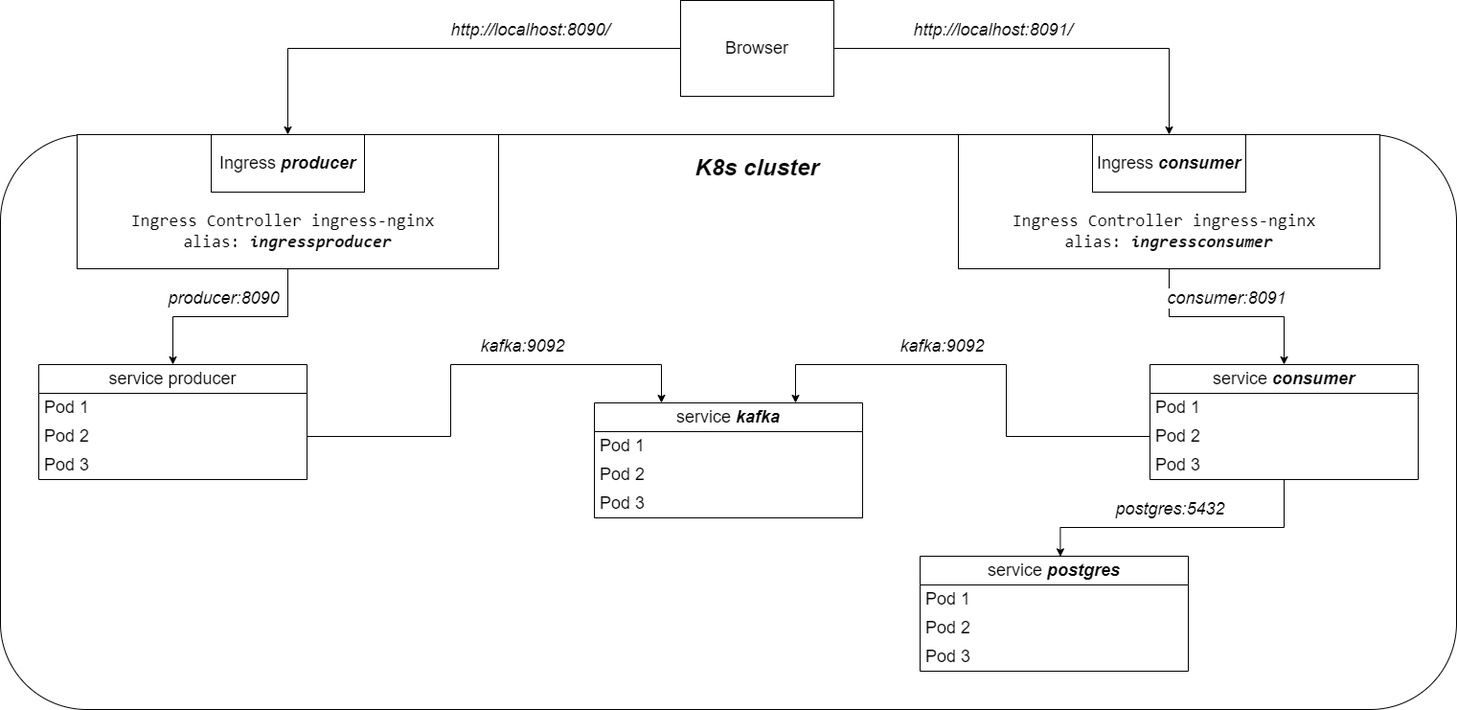
Earlier version of the draw.io export docs/Cтруктура приложения в кластере K8s.png (Gorchanyuk/MonitoringSystemsUsingSpringKafka). Source tidied: cells renumbered, new cells last; positions are measured from the earlier drawing's top-left corner, leaving out a move shared by most shapes.
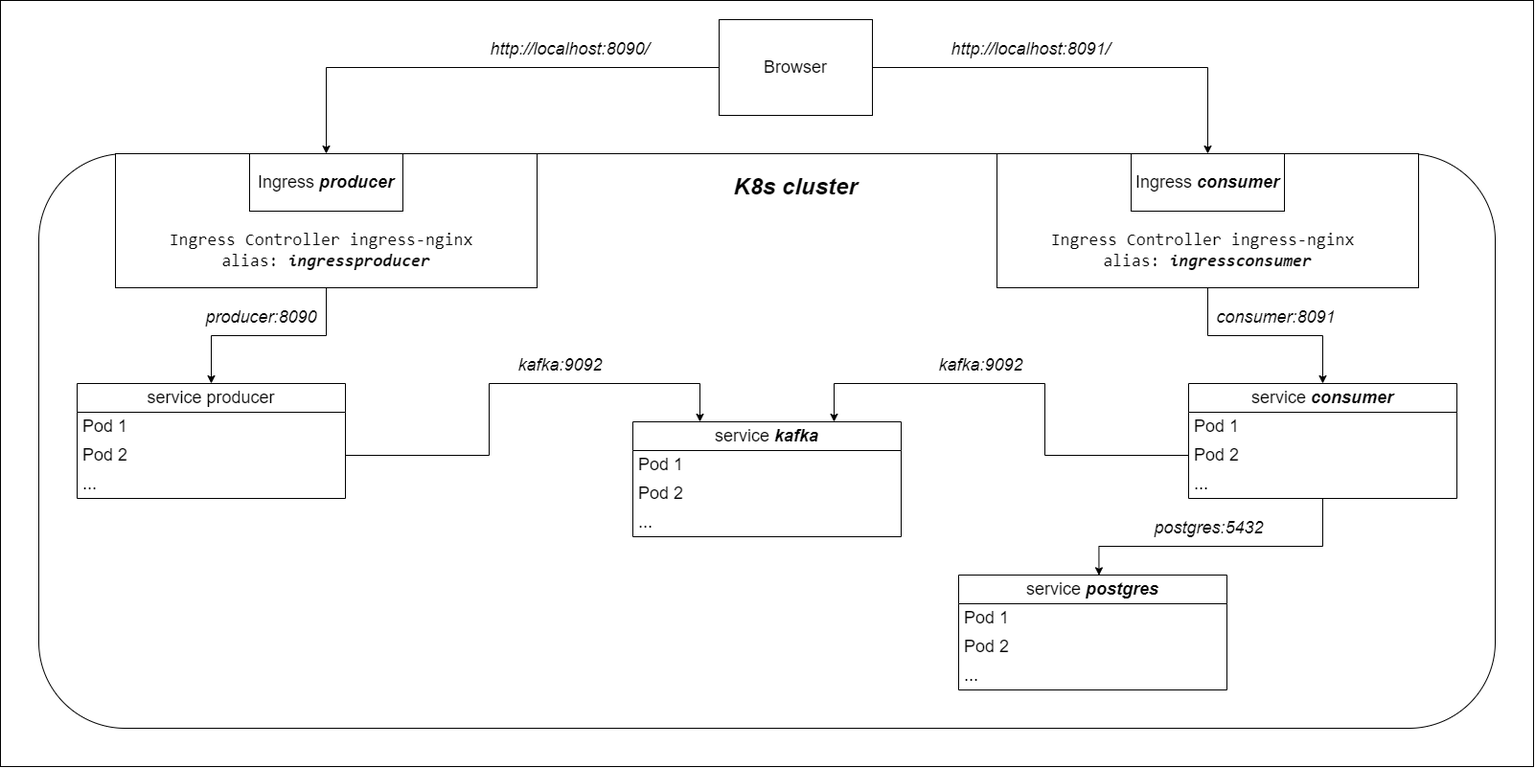
After the commit.

Commit message:
Отредактировал схему для Helm chart

What changed in the source:
```diff
@@ -2,6 +2,9 @@
   <root>
     <mxCell id="0" />
     <mxCell id="1" parent="0" />
+    <mxCell id="39" style="rounded=0;whiteSpace=wrap;html=1;" parent="1" vertex="1">
+      <mxGeometry x="-40" y="-20" width="1600" height="800" as="geometry" />
+    </mxCell>
     <mxCell id="2" style="rounded=1;whiteSpace=wrap;html=1;" parent="1" vertex="1">
       <mxGeometry y="140" width="1520" height="600" as="geometry" />
     </mxCell>
@@ -40,7 +43,7 @@
     </mxCell>
     <mxCell id="12" value="&lt;font style=&quot;font-size: 18px;&quot;&gt;&lt;i&gt;consumer:8091&lt;/i&gt;&lt;/font&gt;" style="edgeLabel;html=1;align=center;verticalAlign=middle;" parent="11" vertex="1">
       <mxGeometry x="0.2" y="-2" relative="1" as="geometry">
-        <mxPoint x="-23" y="-22" as="offset" />
+        <mxPoint x="-13" y="-22" as="offset" />
       </mxGeometry>
     </mxCell>
     <mxCell id="13" value="&lt;div style=&quot;font-family: &amp;quot;JetBrains Mono&amp;quot;, monospace; white-space: pre;&quot;&gt;&lt;font style=&quot;font-size: 18px;&quot;&gt;&lt;span style=&quot;background-color: initial;&quot;&gt;Ingress Controller ingress-nginx &lt;/span&gt;&lt;/font&gt;&lt;/div&gt;&lt;div style=&quot;font-family: &amp;quot;JetBrains Mono&amp;quot;, monospace; white-space: pre;&quot;&gt;&lt;font style=&quot;font-size: 18px;&quot;&gt;alias: &lt;b&gt;&lt;i&gt;ingressconsumer&lt;/i&gt;&lt;/b&gt;&lt;/font&gt;&lt;/div&gt;&lt;div style=&quot;font-family: &amp;quot;JetBrains Mono&amp;quot;, monospace; white-space: pre;&quot;&gt;&lt;br&gt;&lt;/div&gt;" style="rounded=0;whiteSpace=wrap;html=1;verticalAlign=bottom;" parent="1" vertex="1">
@@ -58,7 +61,7 @@
     <mxCell id="17" value="&lt;font style=&quot;font-size: 18px;&quot;&gt;Pod 2&lt;/font&gt;" style="text;strokeColor=none;fillColor=none;align=left;verticalAlign=middle;spacingLeft=4;spacingRight=4;overflow=hidden;points=[[0,0.5],[1,0.5]];portConstraint=eastwest;whiteSpace=wrap;html=1;" parent="15" vertex="1">
       <mxGeometry y="60" width="280" height="30" as="geometry" />
     </mxCell>
-    <mxCell id="18" value="&lt;font style=&quot;font-size: 18px;&quot;&gt;Pod 3&lt;/font&gt;" style="text;strokeColor=none;fillColor=none;align=left;verticalAlign=middle;spacingLeft=4;spacingRight=4;overflow=hidden;whiteSpace=wrap;html=1;" parent="15" vertex="1">
+    <mxCell id="18" value="&lt;font style=&quot;font-size: 18px;&quot;&gt;...&lt;/font&gt;" style="text;strokeColor=none;fillColor=none;align=left;verticalAlign=middle;spacingLeft=4;spacingRight=4;overflow=hidden;whiteSpace=wrap;html=1;fontSize=18;" parent="15" vertex="1">
       <mxGeometry y="90" width="280" height="30" as="geometry" />
     </mxCell>
     <mxCell id="19" value="&lt;font style=&quot;font-size: 18px;&quot;&gt;Ingress &lt;b&gt;&lt;i&gt;producer&lt;/i&gt;&lt;/b&gt;&lt;/font&gt;" style="rounded=0;whiteSpace=wrap;html=1;" parent="1" vertex="1">
@@ -76,7 +79,7 @@
     <mxCell id="23" value="&lt;font style=&quot;font-size: 18px;&quot;&gt;Pod 2&lt;/font&gt;" style="text;strokeColor=none;fillColor=none;align=left;verticalAlign=middle;spacingLeft=4;spacingRight=4;overflow=hidden;points=[[0,0.5],[1,0.5]];portConstraint=eastwest;whiteSpace=wrap;html=1;" parent="21" vertex="1">
       <mxGeometry y="60" width="280" height="30" as="geometry" />
     </mxCell>
-    <mxCell id="24" value="&lt;font style=&quot;font-size: 18px;&quot;&gt;Pod 3&lt;/font&gt;" style="text;strokeColor=none;fillColor=none;align=left;verticalAlign=middle;spacingLeft=4;spacingRight=4;overflow=hidden;whiteSpace=wrap;html=1;" parent="21" vertex="1">
+    <mxCell id="24" value="&lt;font style=&quot;font-size: 18px;&quot;&gt;...&lt;/font&gt;" style="text;strokeColor=none;fillColor=none;align=left;verticalAlign=middle;spacingLeft=4;spacingRight=4;overflow=hidden;whiteSpace=wrap;html=1;fontSize=18;" parent="21" vertex="1">
       <mxGeometry y="90" width="280" height="30" as="geometry" />
     </mxCell>
     <mxCell id="25" value="&lt;font style=&quot;font-size: 18px;&quot;&gt;service &lt;i&gt;&lt;b&gt;kafka&lt;/b&gt;&lt;/i&gt;&lt;/font&gt;" style="swimlane;fontStyle=0;horizontal=1;startSize=30;whiteSpace=wrap;html=1;" parent="1" vertex="1">
@@ -88,7 +91,7 @@
     <mxCell id="27" value="&lt;font style=&quot;font-size: 18px;&quot;&gt;Pod 2&lt;/font&gt;" style="text;strokeColor=none;fillColor=none;align=left;verticalAlign=middle;spacingLeft=4;spacingRight=4;overflow=hidden;whiteSpace=wrap;html=1;" parent="25" vertex="1">
       <mxGeometry y="60" width="280" height="30" as="geometry" />
     </mxCell>
-    <mxCell id="28" value="&lt;font style=&quot;font-size: 18px;&quot;&gt;Pod 3&lt;/font&gt;" style="text;strokeColor=none;fillColor=none;align=left;verticalAlign=middle;spacingLeft=4;spacingRight=4;overflow=hidden;whiteSpace=wrap;html=1;" parent="25" vertex="1">
+    <mxCell id="28" value="&lt;font style=&quot;font-size: 18px;&quot;&gt;...&lt;/font&gt;" style="text;strokeColor=none;fillColor=none;align=left;verticalAlign=middle;spacingLeft=4;spacingRight=4;overflow=hidden;whiteSpace=wrap;html=1;fontSize=18;" parent="25" vertex="1">
       <mxGeometry y="90" width="280" height="30" as="geometry" />
     </mxCell>
     <mxCell id="29" style="edgeStyle=orthogonalEdgeStyle;rounded=0;jettySize=auto;html=1;entryX=0.25;entryY=0;entryDx=0;entryDy=0;" parent="1" edge="1" source="17" target="25">
@@ -128,7 +131,7 @@
     <mxCell id="35" value="&lt;font style=&quot;font-size: 18px;&quot;&gt;Pod 2&lt;/font&gt;" style="text;strokeColor=none;fillColor=none;align=left;verticalAlign=middle;spacingLeft=4;spacingRight=4;overflow=hidden;whiteSpace=wrap;html=1;" parent="33" vertex="1">
       <mxGeometry y="60" width="280" height="30" as="geometry" />
     </mxCell>
-    <mxCell id="36" value="&lt;font style=&quot;font-size: 18px;&quot;&gt;Pod 3&lt;/font&gt;" style="text;strokeColor=none;fillColor=none;align=left;verticalAlign=middle;spacingLeft=4;spacingRight=4;overflow=hidden;whiteSpace=wrap;html=1;" parent="33" vertex="1">
+    <mxCell id="36" value="&lt;font style=&quot;font-size: 18px;&quot;&gt;...&lt;/font&gt;" style="text;strokeColor=none;fillColor=none;align=left;verticalAlign=middle;spacingLeft=4;spacingRight=4;overflow=hidden;whiteSpace=wrap;html=1;fontSize=18;" parent="33" vertex="1">
       <mxGeometry y="90" width="280" height="30" as="geometry" />
     </mxCell>
     <mxCell id="37" style="edgeStyle=orthogonalEdgeStyle;rounded=0;jettySize=auto;html=1;entryX=0.523;entryY=0.003;entryDx=0;entryDy=0;entryPerimeter=0;" parent="1" edge="1" source="21" target="33">
```
